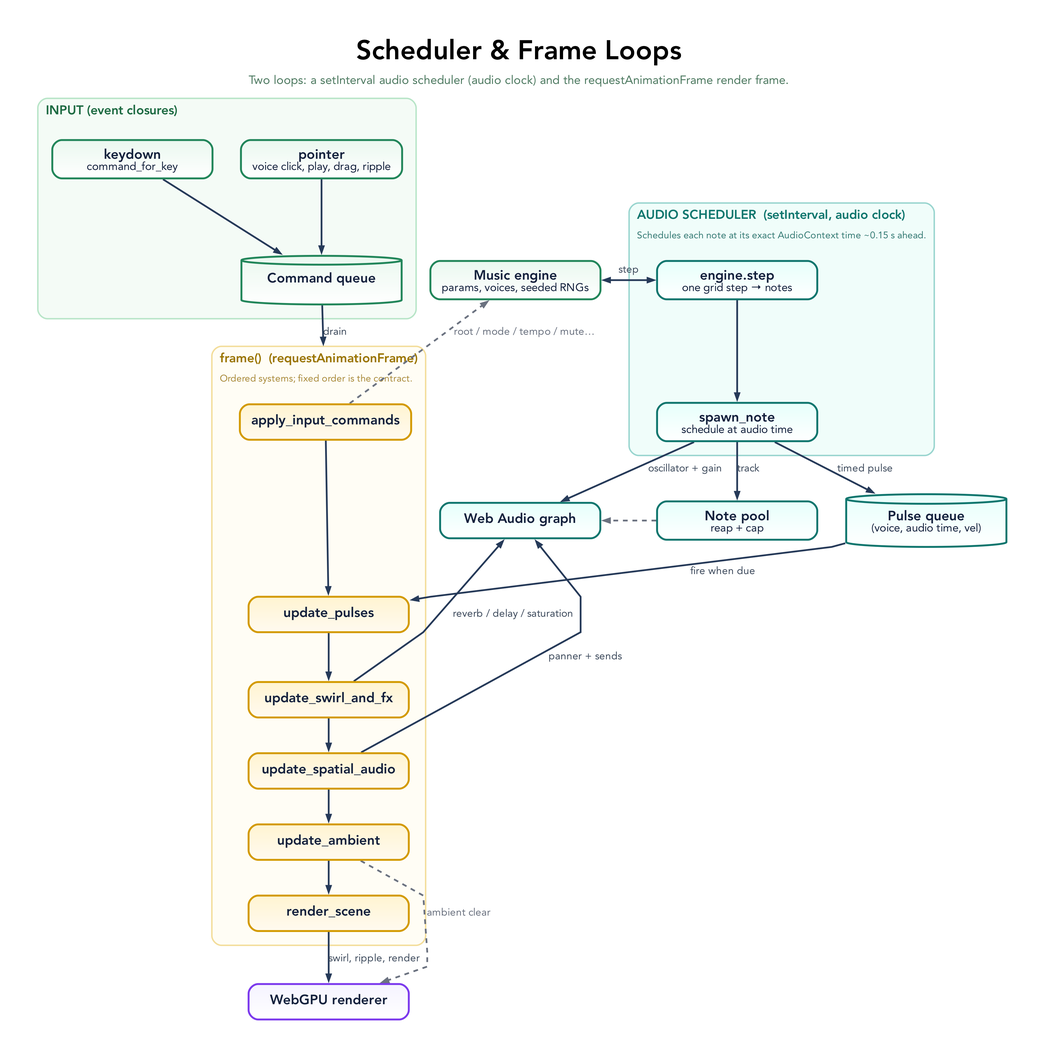
The Graphviz diagram docs/diagrams/frame-pipeline.png in tre-systems/geno-1, before a commit. Its source is kept beside it as docs/diagrams/frame-pipeline.dot.
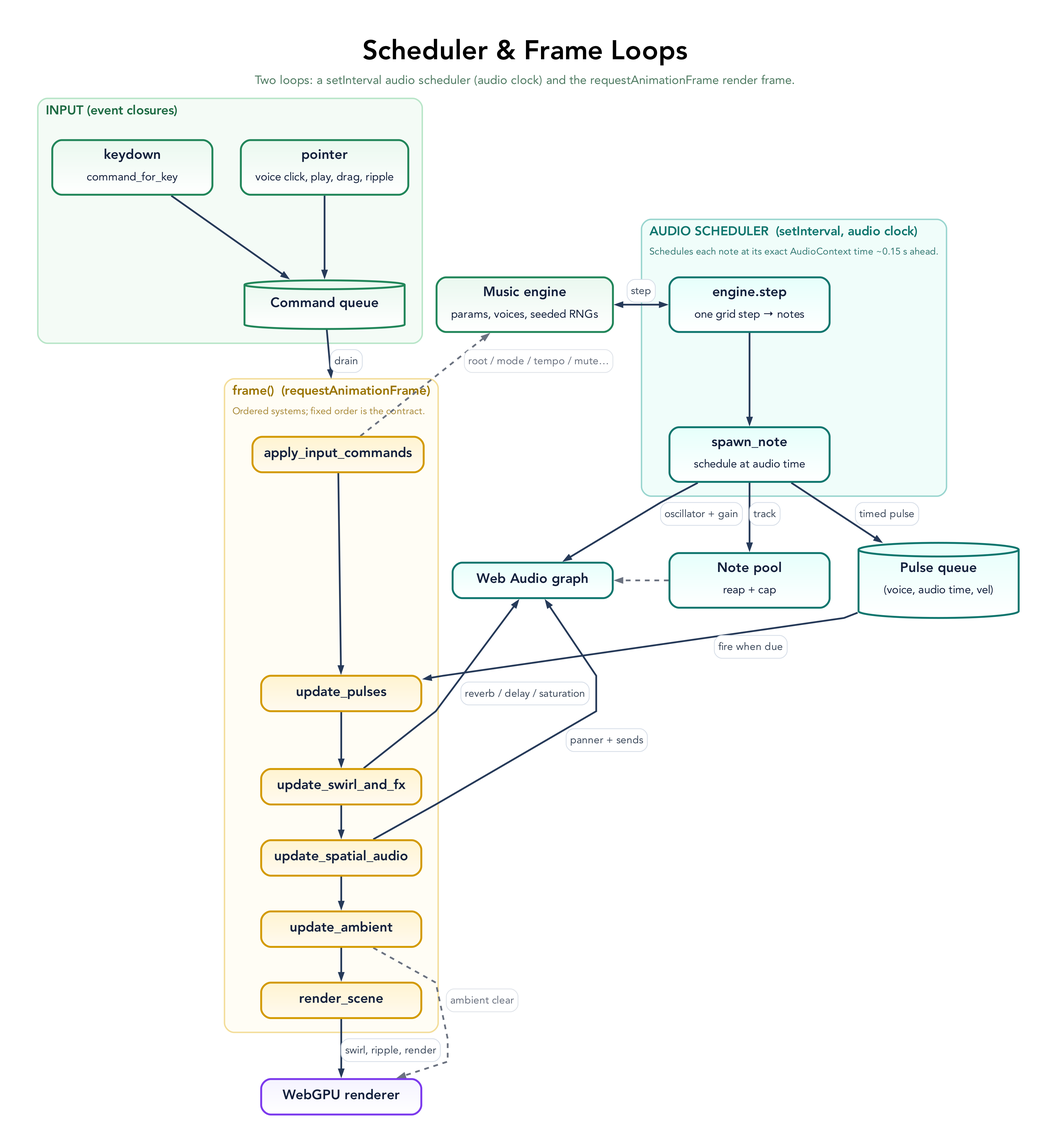
After the commit.

Change to the diagram source:
```diff
@@ -51,8 +51,8 @@
       label=<<TABLE BORDER="0" CELLBORDER="0" CELLSPACING="0" CELLPADDING="2"><TR><TD ALIGN="LEFT"><FONT POINT-SIZE="16" COLOR="#1e6b43"><B>INPUT (event closures)</B></FONT></TD></TR></TABLE>>,
       labelloc=t, labeljust=l, color="#b8e5c8", fillcolor="#f4fbf6", style="rounded,filled", penwidth=1.8, margin=18
     ];
-    K [label=<<B>keydown</B><BR/><FONT POINT-SIZE="14">command_for_key</FONT>>, fillcolor="#eaf8ef:#ffffff", color="#22865a"];
-    P [label=<<B>pointer</B><BR/><FONT POINT-SIZE="14">voice click, play, drag, ripple</FONT>>, fillcolor="#eaf8ef:#ffffff", color="#22865a"];
+    K [label=<<TABLE BORDER="0" CELLBORDER="0" CELLSPACING="0" CELLPADDING="0"><TR><TD><B>keydown</B></TD></TR><TR><TD CELLPADDING="4"><FONT POINT-SIZE="14">command_for_key</FONT></TD></TR></TABLE>>, fillcolor="#eaf8ef:#ffffff", color="#22865a"];
+    P [label=<<TABLE BORDER="0" CELLBORDER="0" CELLSPACING="0" CELLPADDING="0"><TR><TD><B>pointer</B></TD></TR><TR><TD CELLPADDING="4"><FONT POINT-SIZE="14">voice click, play, drag, ripple</FONT></TD></TR></TABLE>>, fillcolor="#eaf8ef:#ffffff", color="#22865a"];
     Q [label=<<B>Command queue</B>>, shape=cylinder, fillcolor="#eaf8ef:#ffffff", color="#22865a", height=0.85];
     K -> Q;
     P -> Q;
@@ -68,8 +68,8 @@
       >,
       labelloc=t, labeljust=l, color="#99d5cf", fillcolor="#f0fdfa", style="rounded,filled", penwidth=1.8, margin=18
     ];
-    SS [label=<<B>engine.step</B><BR/><FONT POINT-SIZE="14">one grid step → notes</FONT>>, fillcolor="#e6fffb:#ffffff", color="#0f766e"];
-    SN [label=<<B>spawn_note</B><BR/><FONT POINT-SIZE="14">schedule at audio time</FONT>>, fillcolor="#e6fffb:#ffffff", color="#0f766e"];
+    SS [label=<<TABLE BORDER="0" CELLBORDER="0" CELLSPACING="0" CELLPADDING="0"><TR><TD><B>engine.step</B></TD></TR><TR><TD CELLPADDING="4"><FONT POINT-SIZE="14">one grid step → notes</FONT></TD></TR></TABLE>>, fillcolor="#e6fffb:#ffffff", color="#0f766e"];
+    SN [label=<<TABLE BORDER="0" CELLBORDER="0" CELLSPACING="0" CELLPADDING="0"><TR><TD><B>spawn_note</B></TD></TR><TR><TD CELLPADDING="4"><FONT POINT-SIZE="14">schedule at audio time</FONT></TD></TR></TABLE>>, fillcolor="#e6fffb:#ffffff", color="#0f766e"];
     SS -> SN;
   }
 
@@ -92,25 +92,25 @@
     F1 -> F2 -> F3 -> F4 -> F5 -> F6;
   }
 
-  E  [label=<<B>Music engine</B><BR/><FONT POINT-SIZE="14">params, voices, seeded RNGs</FONT>>, fillcolor="#eaf8ef:#ffffff", color="#22865a"];
-  PQ [label=<<B>Pulse queue</B><BR/><FONT POINT-SIZE="14">(voice, audio time, vel)</FONT>>, shape=cylinder, fillcolor="#e6fffb:#ffffff", color="#0f766e", height=0.9];
+  E  [label=<<TABLE BORDER="0" CELLBORDER="0" CELLSPACING="0" CELLPADDING="0"><TR><TD><B>Music engine</B></TD></TR><TR><TD CELLPADDING="4"><FONT POINT-SIZE="14">params, voices, seeded RNGs</FONT></TD></TR></TABLE>>, fillcolor="#eaf8ef:#ffffff", color="#22865a"];
+  PQ [label=<<TABLE BORDER="0" CELLBORDER="0" CELLSPACING="0" CELLPADDING="0"><TR><TD><B>Pulse queue</B></TD></TR><TR><TD CELLPADDING="4"><FONT POINT-SIZE="14">(voice, audio time, vel)</FONT></TD></TR></TABLE>>, shape=cylinder, fillcolor="#e6fffb:#ffffff", color="#0f766e", height=0.9];
   AU [label=<<B>Web Audio graph</B>>, fillcolor="#e6fffb:#ffffff", color="#0f766e"];
-  NP [label=<<B>Note pool</B><BR/><FONT POINT-SIZE="14">reap + cap</FONT>>, fillcolor="#e6fffb:#ffffff", color="#0f766e"];
+  NP [label=<<TABLE BORDER="0" CELLBORDER="0" CELLSPACING="0" CELLPADDING="0"><TR><TD><B>Note pool</B></TD></TR><TR><TD CELLPADDING="4"><FONT POINT-SIZE="14">reap + cap</FONT></TD></TR></TABLE>>, fillcolor="#e6fffb:#ffffff", color="#0f766e"];
   G  [label=<<B>WebGPU renderer</B>>, fillcolor="#f5f3ff:#ffffff", color="#7c3aed"];
 
   { rank=same; SS; E; }
   { rank=same; SN; F1; }
 
-  Q -> F1 [label="drain", lhead=cluster_frame];
-  E -> SS [label="step", dir=both, ltail=cluster_scheduler];
-  F1 -> E [label="root / mode / tempo / mute…", style=dashed, color="#6b7280", fontcolor="#6b7280"];
-  SN -> AU [label="oscillator + gain"];
-  SN -> NP [label="track"];
-  SN -> PQ [label="timed pulse"];
-  PQ -> F2 [label="fire when due"];
-  F3 -> AU [label="reverb / delay / saturation", constraint=false];
-  F4 -> AU [label="panner + sends", constraint=false];
-  F5 -> G [label="ambient clear", style=dashed, color="#6b7280", fontcolor="#6b7280", constraint=false];
-  F6 -> G [label="swirl, ripple, render"];
+  Q -> F1 [label=<<TABLE BORDER="1" CELLBORDER="0" STYLE="ROUNDED" COLOR="#d7dee8" BGCOLOR="#ffffff" CELLSPACING="0" CELLPADDING="4"><TR><TD><FONT POINT-SIZE="13" COLOR="#3d4a5c">drain</FONT></TD></TR></TABLE>>, lhead=cluster_frame];
+  E -> SS [label=<<TABLE BORDER="1" CELLBORDER="0" STYLE="ROUNDED" COLOR="#d7dee8" BGCOLOR="#ffffff" CELLSPACING="0" CELLPADDING="4"><TR><TD><FONT POINT-SIZE="13" COLOR="#3d4a5c">step</FONT></TD></TR></TABLE>>, dir=both, ltail=cluster_scheduler];
+  F1 -> E [label=<<TABLE BORDER="1" CELLBORDER="0" STYLE="ROUNDED" COLOR="#dfe3e9" BGCOLOR="#ffffff" CELLSPACING="0" CELLPADDING="4"><TR><TD><FONT POINT-SIZE="13" COLOR="#6b7280">root / mode / tempo / mute…</FONT></TD></TR></TABLE>>, style=dashed, color="#6b7280", fontcolor="#6b7280"];
+  SN -> AU [label=<<TABLE BORDER="1" CELLBORDER="0" STYLE="ROUNDED" COLOR="#d7dee8" BGCOLOR="#ffffff" CELLSPACING="0" CELLPADDING="4"><TR><TD><FONT POINT-SIZE="13" COLOR="#3d4a5c">oscillator + gain</FONT></TD></TR></TABLE>>];
+  SN -> NP [label=<<TABLE BORDER="1" CELLBORDER="0" STYLE="ROUNDED" COLOR="#d7dee8" BGCOLOR="#ffffff" CELLSPACING="0" CELLPADDING="4"><TR><TD><FONT POINT-SIZE="13" COLOR="#3d4a5c">track</FONT></TD></TR></TABLE>>];
+  SN -> PQ [label=<<TABLE BORDER="1" CELLBORDER="0" STYLE="ROUNDED" COLOR="#d7dee8" BGCOLOR="#ffffff" CELLSPACING="0" CELLPADDING="4"><TR><TD><FONT POINT-SIZE="13" COLOR="#3d4a5c">timed pulse</FONT></TD></TR></TABLE>>];
+  PQ -> F2 [label=<<TABLE BORDER="1" CELLBORDER="0" STYLE="ROUNDED" COLOR="#d7dee8" BGCOLOR="#ffffff" CELLSPACING="0" CELLPADDING="4"><TR><TD><FONT POINT-SIZE="13" COLOR="#3d4a5c">fire when due</FONT></TD></TR></TABLE>>];
+  F3 -> AU [label=<<TABLE BORDER="1" CELLBORDER="0" STYLE="ROUNDED" COLOR="#d7dee8" BGCOLOR="#ffffff" CELLSPACING="0" CELLPADDING="4"><TR><TD><FONT POINT-SIZE="13" COLOR="#3d4a5c">reverb / delay / saturation</FONT></TD></TR></TABLE>>, constraint=false];
+  F4 -> AU [label=<<TABLE BORDER="1" CELLBORDER="0" STYLE="ROUNDED" COLOR="#d7dee8" BGCOLOR="#ffffff" CELLSPACING="0" CELLPADDING="4"><TR><TD><FONT POINT-SIZE="13" COLOR="#3d4a5c">panner + sends</FONT></TD></TR></TABLE>>, constraint=false];
+  F5 -> G [label=<<TABLE BORDER="1" CELLBORDER="0" STYLE="ROUNDED" COLOR="#dfe3e9" BGCOLOR="#ffffff" CELLSPACING="0" CELLPADDING="4"><TR><TD><FONT POINT-SIZE="13" COLOR="#6b7280">ambient clear</FONT></TD></TR></TABLE>>, style=dashed, color="#6b7280", fontcolor="#6b7280", constraint=false];
+  F6 -> G [label=<<TABLE BORDER="1" CELLBORDER="0" STYLE="ROUNDED" COLOR="#d7dee8" BGCOLOR="#ffffff" CELLSPACING="0" CELLPADDING="4"><TR><TD><FONT POINT-SIZE="13" COLOR="#3d4a5c">swirl, ripple, render</FONT></TD></TR></TABLE>>];
   NP -> AU [style=dashed, color="#6b7280", constraint=false];
 }
```
